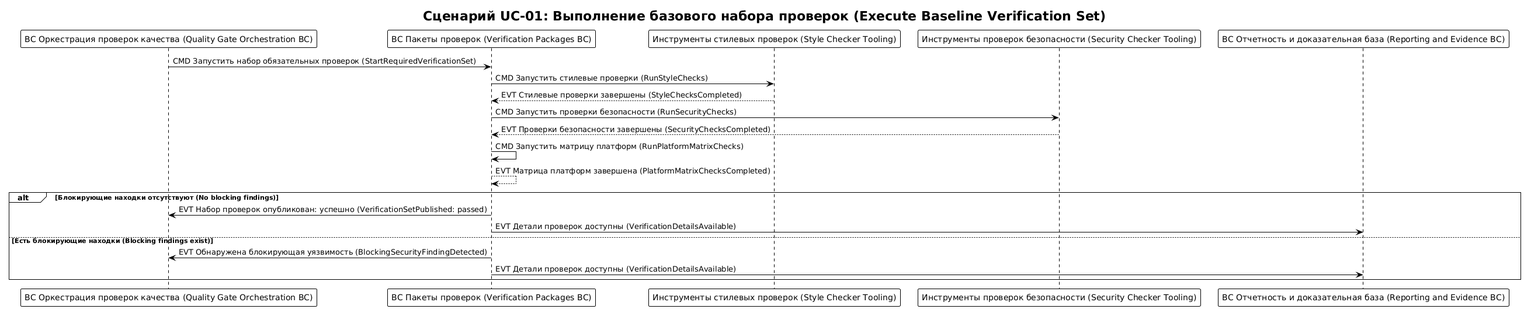
This is docs/requirements/сценарии/verification-packages/diagrams/UC-01-sequence.png from Druk83/RRDCS, a PlantUML export, as it was before one commit.
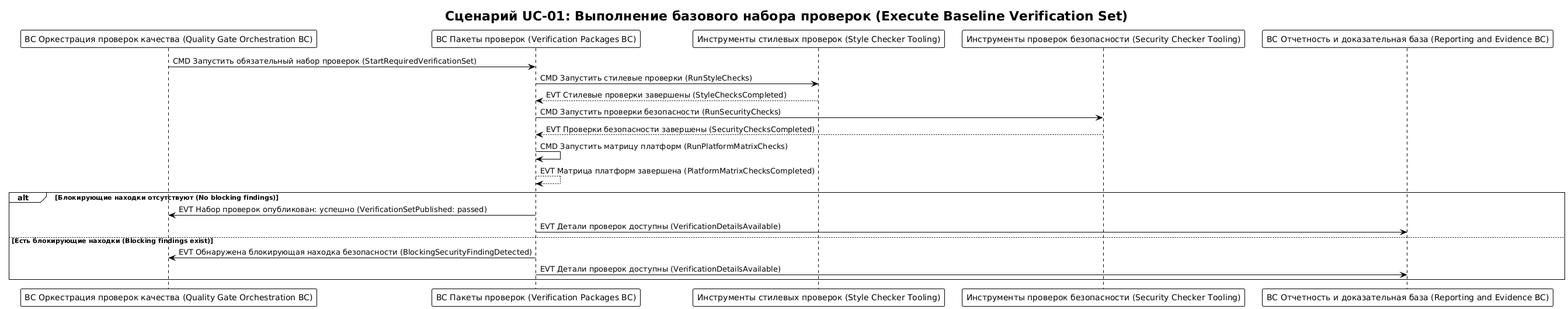
After the change.

Diff of the diagram source:
```diff
@@ -9,7 +9,7 @@
 participant "Инструменты проверок безопасности (Security Checker Tooling)" as SEC
 participant "BC Отчетность и доказательная база (Reporting and Evidence BC)" as RE
 
-QGO -> VP : CMD Запустить набор обязательных проверок (StartRequiredVerificationSet)
+QGO -> VP : CMD Запустить обязательный набор проверок (StartRequiredVerificationSet)
 VP -> STYLE : CMD Запустить стилевые проверки (RunStyleChecks)
 STYLE --> VP : EVT Стилевые проверки завершены (StyleChecksCompleted)
 VP -> SEC : CMD Запустить проверки безопасности (RunSecurityChecks)
@@ -21,7 +21,7 @@
   VP -> QGO : EVT Набор проверок опубликован: успешно (VerificationSetPublished: passed)
   VP -> RE : EVT Детали проверок доступны (VerificationDetailsAvailable)
 else Есть блокирующие находки (Blocking findings exist)
-  VP -> QGO : EVT Обнаружена блокирующая уязвимость (BlockingSecurityFindingDetected)
+  VP -> QGO : EVT Обнаружена блокирующая находка безопасности (BlockingSecurityFindingDetected)
   VP -> RE : EVT Детали проверок доступны (VerificationDetailsAvailable)
 end
 
```
